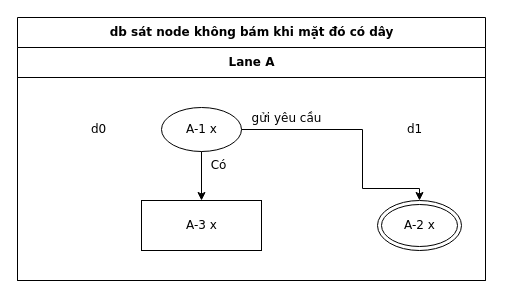
luytbq/flowcast keeps this draw.io diagram as conformance/golden/cases/50-geom-hug-side-busy.drawio. Above is the earlier version. Source tidied: cells renumbered, new cells numbered last; positions are measured from the earlier drawing's top-left corner, leaving out a move shared by most shapes. Both pictures are drawn from the tidied source at 100%, with x=0, y=0 at pixel (17, 17).
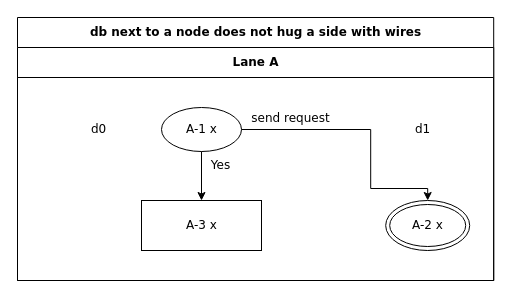
The same diagram, later.

Change to the diagram source:
```diff
@@
 <mxGraphModel>
   <root>
     <mxCell id="0" />
     <mxCell id="1" parent="0" />
-    <mxCell id="2" value="db sát node không bám khi mặt đó có dây" style="swimlane;html=1;startSize=30;fontStyle=1;fontFamily=Verdana;fontSize=12;flowtable=1;" parent="1" vertex="1">
-      <mxGeometry width="468" height="263" as="geometry" />
+    <mxCell id="2" value="db next to a node does not hug a side with wires" style="swimlane;html=1;startSize=30;fontStyle=1;fontFamily=Verdana;fontSize=12;flowtable=1;" parent="1" vertex="1">
+      <mxGeometry width="476.2" height="263" as="geometry" />
     </mxCell>
     <mxCell id="3" value="Lane A" style="swimlane;html=1;startSize=30;fontFamily=Verdana;fontSize=12;flowtable=1;" parent="2" vertex="1">
-      <mxGeometry y="30" width="468" height="233" as="geometry" />
+      <mxGeometry y="30" width="476.2" height="233" as="geometry" />
     </mxCell>
     <mxCell id="4" value="A-1 x" style="ellipse;html=1;fontFamily=Verdana;fontSize=12;flowtable=1;" parent="3" vertex="1">
       <mxGeometry x="144" y="60" width="80" height="44" as="geometry" />
     </mxCell>
     <mxCell id="5" value="d0" style="text;html=1;align=left;verticalAlign=middle;spacingLeft=4;fontFamily=Verdana;fontSize=12;flowtable=1;" parent="3" vertex="1">
       <mxGeometry x="68" y="68" width="36" height="28" as="geometry" />
     </mxCell>
     <mxCell id="6" value="d1" style="text;html=1;align=left;verticalAlign=middle;spacingLeft=4;fontFamily=Verdana;fontSize=12;flowtable=1;" parent="3" vertex="1">
-      <mxGeometry x="384" y="68" width="36" height="28" as="geometry" />
+      <mxGeometry x="392.2" y="68" width="36" height="28" as="geometry" />
     </mxCell>
     <mxCell id="7" value="A-2 x" style="shape=doubleEllipse;html=1;fontFamily=Verdana;fontSize=12;flowtable=1;" parent="3" vertex="1">
-      <mxGeometry x="360" y="153" width="84" height="50" as="geometry" />
+      <mxGeometry x="368.2" y="153" width="84" height="50" as="geometry" />
     </mxCell>
     <mxCell id="8" value="A-3 x" style="rounded=0;html=1;fontFamily=Verdana;fontSize=12;flowtable=1;" parent="3" vertex="1">
       <mxGeometry x="124" y="153" width="120" height="50" as="geometry" />
     </mxCell>
-    <mxCell id="9" value="gửi yêu cầu" style="edgeStyle=orthogonalEdgeStyle;rounded=0;jettySize=auto;html=1;labelBackgroundColor=default;exitX=1;exitY=0.5;exitDx=0;exitDy=0;entryX=0.5;entryY=0;entryDx=0;entryDy=0;fontFamily=Verdana;fontSize=12;flowtable=1;" parent="2" edge="1" source="4" target="7">
-      <mxGeometry x="-0.64" relative="1" as="geometry">
+    <mxCell id="9" value="send request" style="edgeStyle=orthogonalEdgeStyle;rounded=0;jettySize=auto;html=1;labelBackgroundColor=default;exitX=1;exitY=0.5;exitDx=0;exitDy=0;entryX=0.5;entryY=0;entryDx=0;entryDy=0;fontFamily=Verdana;fontSize=12;flowtable=1;" parent="2" edge="1" source="4" target="7">
+      <mxGeometry x="-0.62" relative="1" as="geometry">
         <Array as="points">
-          <mxPoint x="345" y="112" />
-          <mxPoint x="345" y="171" />
-          <mxPoint x="402" y="171" />
+          <mxPoint x="353.2" y="112" />
+          <mxPoint x="353.2" y="171" />
+          <mxPoint x="410.2" y="171" />
         </Array>
         <mxPoint y="-11.5" as="offset" />
       </mxGeometry>
     </mxCell>
-    <mxCell id="10" value="Có" style="edgeStyle=orthogonalEdgeStyle;rounded=0;jettySize=auto;html=1;labelBackgroundColor=default;exitX=0.5;exitY=1;exitDx=0;exitDy=0;entryX=0.5;entryY=0;entryDx=0;entryDy=0;fontFamily=Verdana;fontSize=12;flowtable=1;" parent="2" edge="1" source="4" target="8">
+    <mxCell id="10" value="Yes" style="edgeStyle=orthogonalEdgeStyle;rounded=0;jettySize=auto;html=1;labelBackgroundColor=default;exitX=0.5;exitY=1;exitDx=0;exitDy=0;entryX=0.5;entryY=0;entryDx=0;entryDy=0;fontFamily=Verdana;fontSize=12;flowtable=1;" parent="2" edge="1" source="4" target="8">
       <mxGeometry x="-0.41" relative="1" as="geometry">
-        <mxPoint x="16.8" as="offset" />
+        <mxPoint x="19.4" as="offset" />
       </mxGeometry>
     </mxCell>
   </root>
 </mxGraphModel>
```
